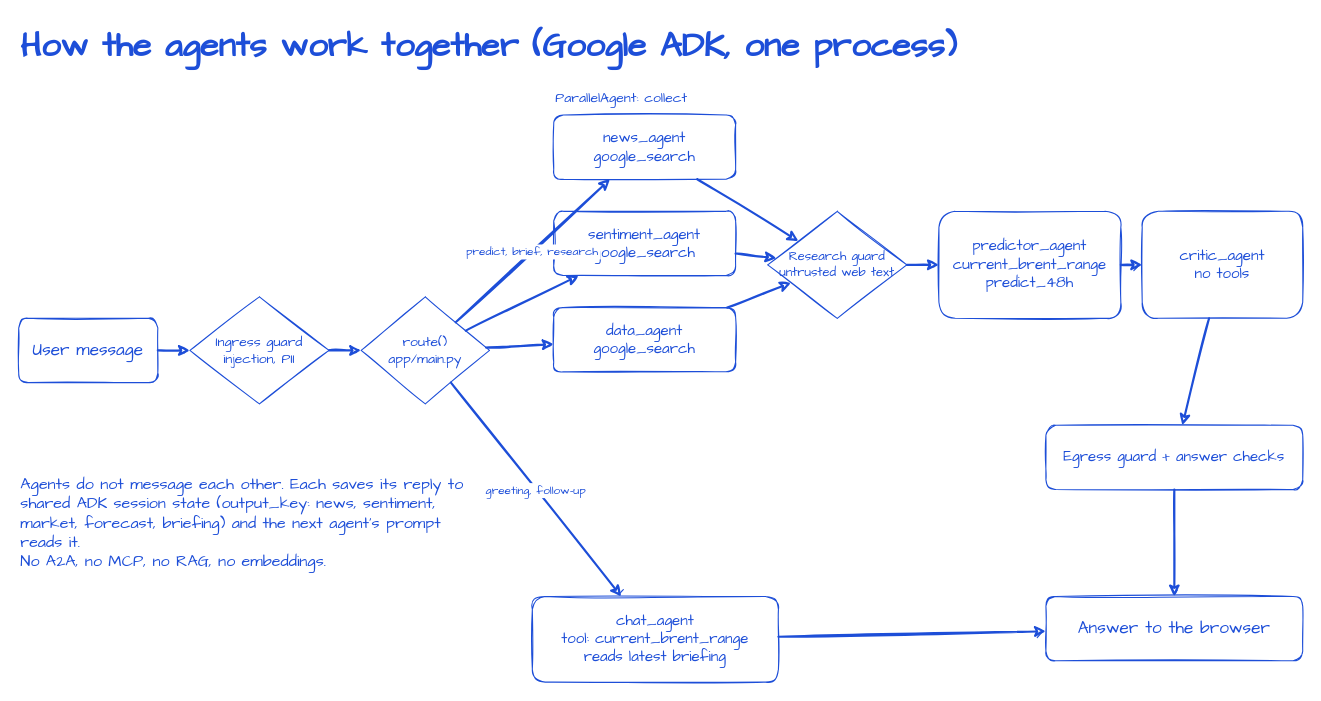
Earlier version of the draw.io diagram page "2 - Agent architecture" (2 of 4) of docs/demo-slides.drawio (nasirtrekker/hormuz-pulse-ai-agent). Source tidied: cells renumbered, new cells numbered last; positions are measured from the earlier drawing's top-left corner, leaving out a move shared by most shapes. Both pictures are drawn from the tidied source at 107%, with x=0, y=0 at pixel (18, 18).
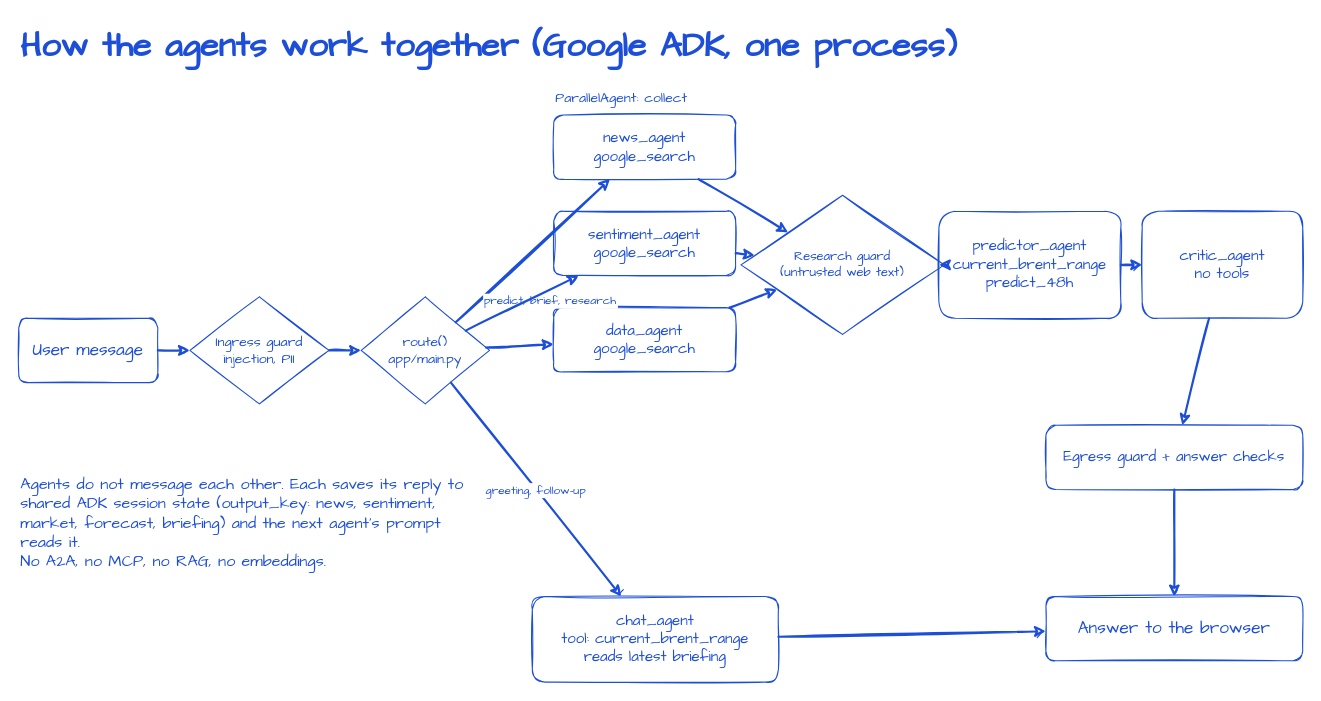
The same page after the edit.

Commit message (it also covers changes not shown here):
Update demo slides: fix slide 2 label overlaps, re-export PNGs

The change refers to these unchanged cells:
```xml
<mxCell id="5" value="route()&lt;br&gt;app/main.py" style="rhombus;whiteSpace=wrap;html=1;fillColor=none;strokeColor=#1D4ED8;fontColor=#1D4ED8;fontSize=13;sketch=1;fontFamily=Comic Sans MS;" parent="1" vertex="1">
  <mxGeometry x="320" y="260" width="120" height="100" as="geometry" />
</mxCell>
<mxCell id="7" value="news_agent&lt;br&gt;google_search" style="rounded=1;whiteSpace=wrap;html=1;fillColor=none;strokeColor=#1D4ED8;fontColor=#1D4ED8;fontSize=14;sketch=1;fontFamily=Comic Sans MS;" parent="1" vertex="1">
  <mxGeometry x="500" y="90" width="170" height="60" as="geometry" />
</mxCell>
```

Diff of the diagram source:
```diff
@@
-    <mxCell id="11" value="Research guard&lt;br&gt;untrusted web text" style="rhombus;whiteSpace=wrap;html=1;fillColor=none;strokeColor=#1D4ED8;fontColor=#1D4ED8;fontSize=12;sketch=1;fontFamily=Comic Sans MS;" parent="1" vertex="1">
-      <mxGeometry x="700" y="180" width="130" height="100" as="geometry" />
+    <mxCell id="11" value="Research guard&lt;br&gt;(untrusted web text)" style="rhombus;whiteSpace=wrap;html=1;fillColor=none;strokeColor=#1D4ED8;fontColor=#1D4ED8;fontSize=12;sketch=1;fontFamily=Comic Sans MS;" parent="1" vertex="1">
+      <mxGeometry x="675" y="165" width="190" height="130" as="geometry" />
     </mxCell>
@@
     <mxCell id="19" value="predict, brief, research" style="endArrow=classic;strokeColor=#1D4ED8;strokeWidth=2;fontColor=#1D4ED8;sketch=1;fontFamily=Comic Sans MS;" parent="1" edge="1" source="5" target="7">
-      <mxGeometry relative="1" as="geometry" />
+      <mxGeometry x="-0.2" y="-45" relative="1" as="geometry" />
     </mxCell>
```
